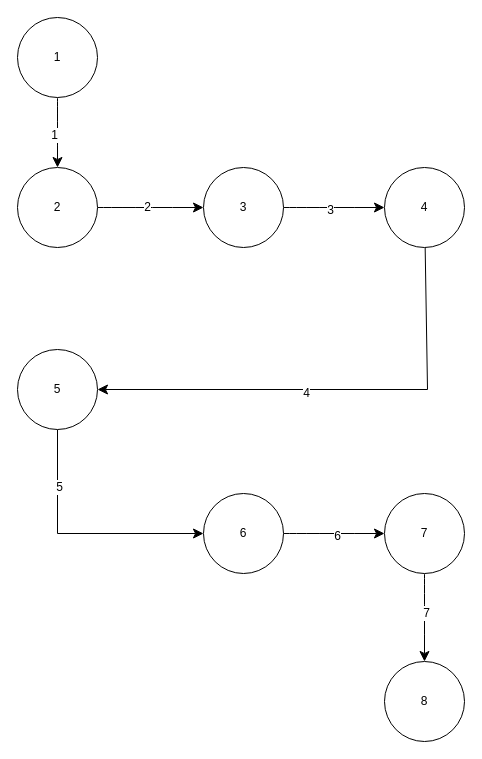
Earlier version of the draw.io diagram page "Landing Page" (1 of 5) of white box.drawio (AmirRazer/DrawIoErd). Source tidied: cells renumbered, new cells numbered last; positions are measured from the earlier drawing's top-left corner, leaving out a move shared by most shapes. Both pictures are drawn from the tidied source at 100%, with x=0, y=0 at pixel (17, 17).
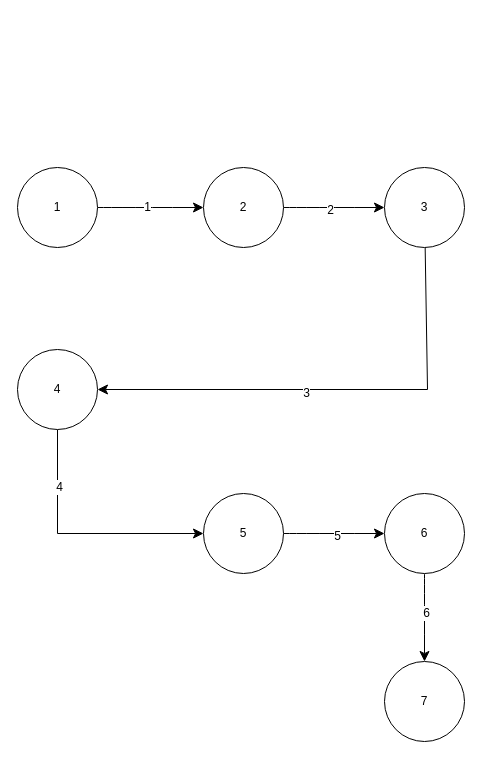
The same page after the edit.

The change refers to these unchanged cells:
```xml
<mxCell id="5" style="edgeStyle=none;curved=1;rounded=0;jettySize=auto;html=1;fontSize=12;startSize=8;endSize=8;" parent="1" edge="1" source="7" target="10">
  <mxGeometry relative="1" as="geometry" />
</mxCell>
<mxCell id="8" style="edgeStyle=none;curved=1;rounded=0;jettySize=auto;html=1;fontSize=12;startSize=8;endSize=8;" parent="1" edge="1" source="10" target="13">
  <mxGeometry relative="1" as="geometry" />
</mxCell>
<mxCell id="11" style="edgeStyle=none;curved=0;rounded=0;jettySize=auto;html=1;entryX=1;entryY=0.5;entryDx=0;entryDy=0;fontSize=12;startSize=8;endSize=8;" parent="1" edge="1" source="13" target="16">
  <mxGeometry relative="1" as="geometry">
    <Array as="points">
      <mxPoint x="410" y="372" />
    </Array>
  </mxGeometry>
</mxCell>
<mxCell id="14" style="edgeStyle=none;curved=0;rounded=0;jettySize=auto;html=1;entryX=0;entryY=0.5;entryDx=0;entryDy=0;fontSize=12;startSize=8;endSize=8;" parent="1" edge="1" source="16" target="19">
  <mxGeometry relative="1" as="geometry">
    <Array as="points">
      <mxPoint x="40" y="516" />
    </Array>
  </mxGeometry>
</mxCell>
<mxCell id="17" style="edgeStyle=none;curved=1;rounded=0;jettySize=auto;html=1;fontSize=12;startSize=8;endSize=8;" parent="1" edge="1" source="19" target="22">
  <mxGeometry relative="1" as="geometry" />
</mxCell>
<mxCell id="20" style="edgeStyle=none;curved=1;rounded=0;jettySize=auto;html=1;fontSize=12;startSize=8;endSize=8;" parent="1" edge="1" source="22" target="23">
  <mxGeometry relative="1" as="geometry" />
</mxCell>
```

Change to the diagram source:
```diff
@@
-    <mxCell id="2" style="edgeStyle=none;curved=1;rounded=0;jettySize=auto;html=1;fontSize=12;startSize=8;endSize=8;" parent="1" edge="1" source="4" target="7">
-      <mxGeometry relative="1" as="geometry" />
-    </mxCell>
-    <mxCell id="3" value="1" style="edgeLabel;html=1;align=center;verticalAlign=middle;fontSize=12;" parent="2" vertex="1">
-      <mxGeometry x="0.08" y="-4" relative="1" as="geometry">
-        <mxPoint y="-1" as="offset" />
-      </mxGeometry>
-    </mxCell>
-    <mxCell id="4" value="1" style="ellipse;whiteSpace=wrap;html=1;" parent="1" vertex="1">
-      <mxGeometry width="80" height="80" as="geometry" />
-    </mxCell>
@@
-    <mxCell id="6" value="2" style="edgeLabel;html=1;align=center;verticalAlign=middle;fontSize=12;" parent="5" vertex="1">
+    <mxCell id="6" value="1" style="edgeLabel;html=1;align=center;verticalAlign=middle;fontSize=12;" parent="5" vertex="1">
       <mxGeometry x="-0.08" y="1" relative="1" as="geometry" />
     </mxCell>
-    <mxCell id="7" value="2" style="ellipse;whiteSpace=wrap;html=1;" parent="1" vertex="1">
+    <mxCell id="7" value="1" style="ellipse;whiteSpace=wrap;html=1;" parent="1" vertex="1">
       <mxGeometry y="150" width="80" height="80" as="geometry" />
     </mxCell>
@@
-    <mxCell id="9" value="3" style="edgeLabel;html=1;align=center;verticalAlign=middle;fontSize=12;" parent="8" vertex="1">
+    <mxCell id="9" value="2" style="edgeLabel;html=1;align=center;verticalAlign=middle;fontSize=12;" parent="8" vertex="1">
       <mxGeometry x="-0.09" y="-2" relative="1" as="geometry" />
     </mxCell>
-    <mxCell id="10" value="3" style="ellipse;whiteSpace=wrap;html=1;" parent="1" vertex="1">
+    <mxCell id="10" value="2" style="ellipse;whiteSpace=wrap;html=1;" parent="1" vertex="1">
       <mxGeometry x="186" y="150" width="80" height="80" as="geometry" />
     </mxCell>
@@
-    <mxCell id="12" value="4" style="edgeLabel;html=1;align=center;verticalAlign=middle;fontSize=12;" parent="11" vertex="1">
+    <mxCell id="12" value="3" style="edgeLabel;html=1;align=center;verticalAlign=middle;fontSize=12;" parent="11" vertex="1">
       <mxGeometry x="0.12" y="3" relative="1" as="geometry" />
     </mxCell>
-    <mxCell id="13" value="4" style="ellipse;whiteSpace=wrap;html=1;" parent="1" vertex="1">
+    <mxCell id="13" value="3" style="ellipse;whiteSpace=wrap;html=1;" parent="1" vertex="1">
       <mxGeometry x="367" y="150" width="80" height="80" as="geometry" />
     </mxCell>
@@
-    <mxCell id="15" value="5" style="edgeLabel;html=1;align=center;verticalAlign=middle;fontSize=12;" parent="14" vertex="1">
+    <mxCell id="15" value="4" style="edgeLabel;html=1;align=center;verticalAlign=middle;fontSize=12;" parent="14" vertex="1">
       <mxGeometry x="-0.54" y="1" relative="1" as="geometry" />
     </mxCell>
-    <mxCell id="16" value="5" style="ellipse;whiteSpace=wrap;html=1;" parent="1" vertex="1">
+    <mxCell id="16" value="4" style="ellipse;whiteSpace=wrap;html=1;" parent="1" vertex="1">
       <mxGeometry y="332" width="80" height="80" as="geometry" />
     </mxCell>
@@
-    <mxCell id="18" value="6" style="edgeLabel;html=1;align=center;verticalAlign=middle;fontSize=12;" parent="17" vertex="1">
+    <mxCell id="18" value="5" style="edgeLabel;html=1;align=center;verticalAlign=middle;fontSize=12;" parent="17" vertex="1">
       <mxGeometry x="0.05" y="-2" relative="1" as="geometry" />
     </mxCell>
-    <mxCell id="19" value="6" style="ellipse;whiteSpace=wrap;html=1;" parent="1" vertex="1">
+    <mxCell id="19" value="5" style="ellipse;whiteSpace=wrap;html=1;" parent="1" vertex="1">
       <mxGeometry x="186" y="476" width="80" height="80" as="geometry" />
     </mxCell>
@@
-    <mxCell id="21" value="7" style="edgeLabel;html=1;align=center;verticalAlign=middle;fontSize=12;" parent="20" vertex="1">
+    <mxCell id="21" value="6" style="edgeLabel;html=1;align=center;verticalAlign=middle;fontSize=12;" parent="20" vertex="1">
       <mxGeometry x="-0.12" y="1" relative="1" as="geometry" />
     </mxCell>
-    <mxCell id="22" value="7" style="ellipse;whiteSpace=wrap;html=1;" parent="1" vertex="1">
+    <mxCell id="22" value="6" style="ellipse;whiteSpace=wrap;html=1;" parent="1" vertex="1">
       <mxGeometry x="367" y="476" width="80" height="80" as="geometry" />
     </mxCell>
-    <mxCell id="23" value="8" style="ellipse;whiteSpace=wrap;html=1;" parent="1" vertex="1">
+    <mxCell id="23" value="7" style="ellipse;whiteSpace=wrap;html=1;" parent="1" vertex="1">
       <mxGeometry x="367" y="644" width="80" height="80" as="geometry" />
     </mxCell>
```
